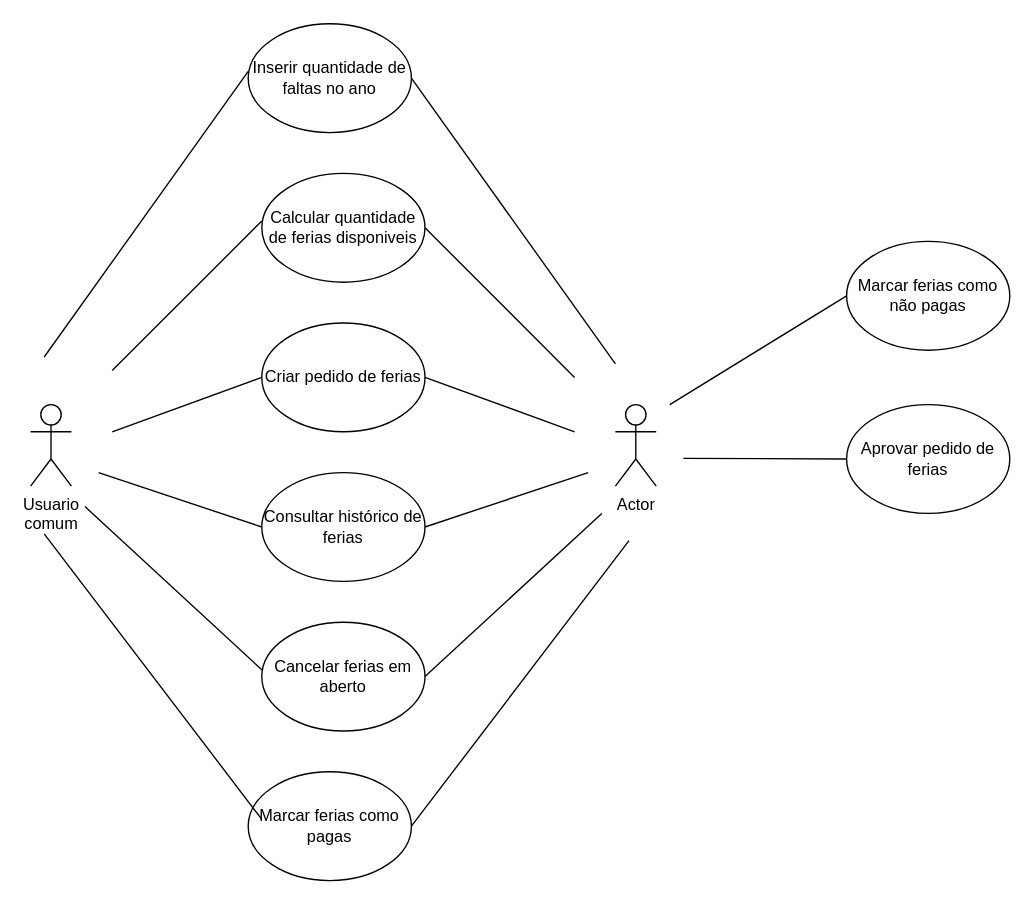
Before: page "caso de uso especifico 3 - ferias" (4 of 4) of Primeiro Semestre/casos de uso TCC.drawio in Lucas-RDV/TCC, a draw.io diagram. Source tidied: cells renumbered, new cells numbered last; positions are measured from the earlier drawing's top-left corner, leaving out a move shared by most shapes. Both pictures are drawn from the tidied source at 136%, with x=0, y=0 at pixel (30, 23).
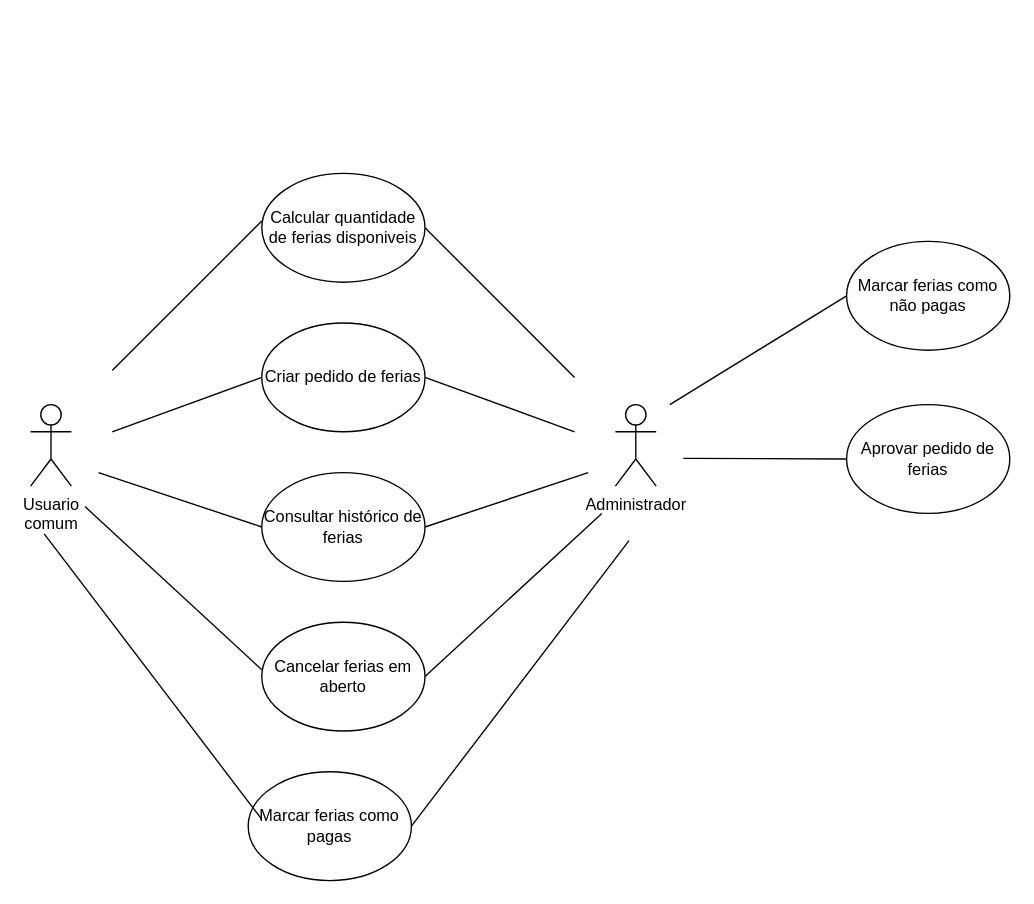
The same diagram, later.

The edit, as a diff of the source:
```diff
@@
-    <mxCell id="6" value="Inserir quantidade de faltas no ano" style="ellipse;whiteSpace=wrap;html=1;" parent="1" vertex="1">
-      <mxGeometry x="160" width="120" height="80" as="geometry" />
-    </mxCell>
@@
-    <mxCell id="9" value="Actor" style="shape=umlActor;verticalLabelPosition=bottom;verticalAlign=top;html=1;" parent="1" vertex="1">
+    <mxCell id="9" value="Administrador&lt;div&gt;&lt;br&gt;&lt;/div&gt;" style="shape=umlActor;verticalLabelPosition=bottom;verticalAlign=top;html=1;" parent="1" vertex="1">
       <mxGeometry x="430" y="280" width="30" height="60" as="geometry" />
     </mxCell>
@@
-    <mxCell id="17" style="endArrow=none;html=1;rounded=0;exitX=1;exitY=0.5;exitDx=0;exitDy=0;" parent="1" edge="1" source="6">
-      <mxGeometry relative="1" as="geometry">
-        <mxPoint x="430" y="250" as="targetPoint" />
-      </mxGeometry>
-    </mxCell>
@@
-    <mxCell id="23" style="endArrow=none;html=1;rounded=0;exitX=1;exitY=0.5;exitDx=0;exitDy=0;" parent="1" edge="1">
-      <mxGeometry relative="1" as="geometry">
-        <mxPoint x="160" y="35" as="sourcePoint" />
-        <mxPoint x="10" y="245" as="targetPoint" />
-      </mxGeometry>
-    </mxCell>
```
